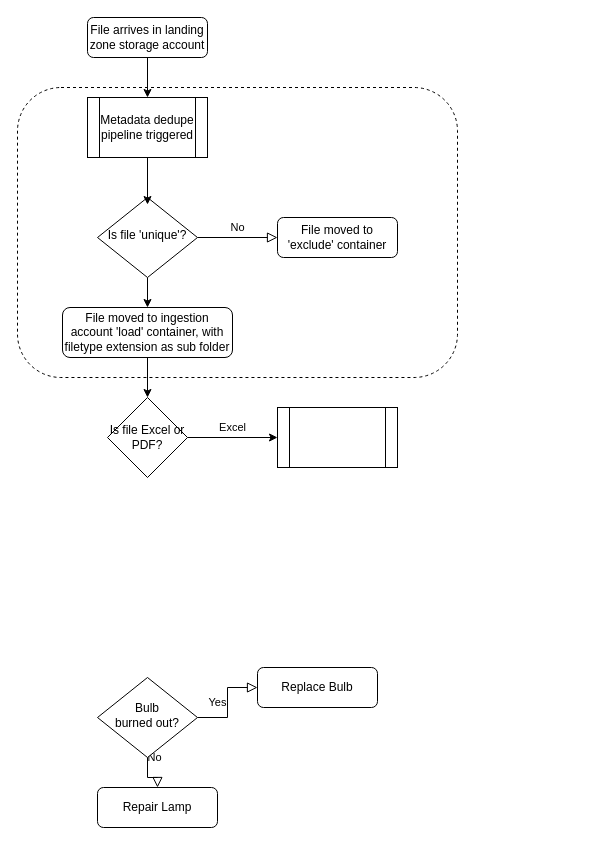
oliver-wolffe/diagrams keeps this draw.io diagram as Untitled Diagram.drawio. Above is the earlier version. Source tidied: cells renumbered, new cells numbered last; positions are measured from the earlier drawing's top-left corner, leaving out a move shared by most shapes. Both pictures are drawn from the tidied source at 100%, with x=0, y=0 at pixel (17, 17).
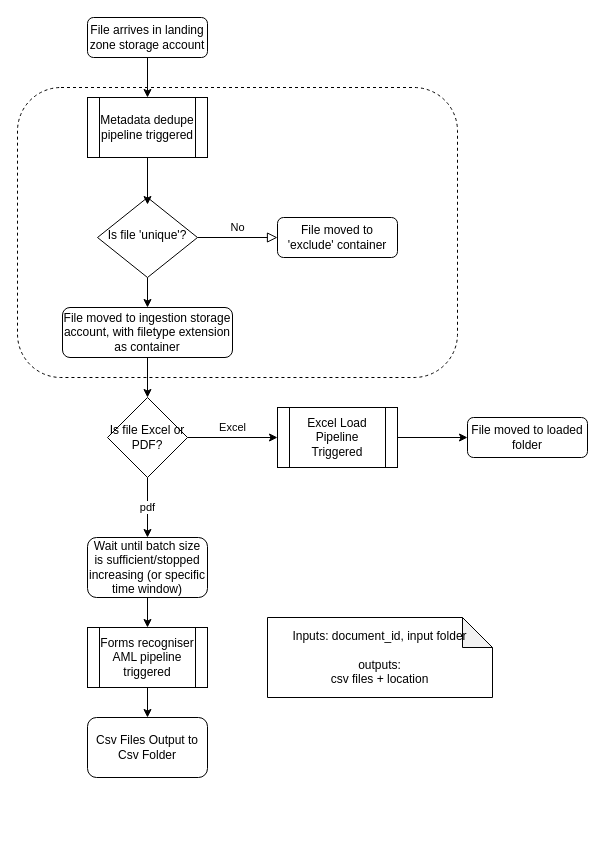
The same diagram, later.

Commit message:
First full draft

The change refers to these unchanged cells:
```xml
<mxCell id="19" value="Is file Excel or PDF?" style="rhombus;whiteSpace=wrap;html=1;" parent="1" vertex="1">
  <mxGeometry x="90" y="380" width="80" height="80" as="geometry" />
</mxCell>
```

Change to the diagram source:
```diff
@@
+    <mxCell id="20" style="rounded=1;whiteSpace=wrap;html=1;dashed=1;fillColor=none;align=right;" parent="1" vertex="1">
+      <mxGeometry y="70" width="440" height="290" as="geometry" />
+    </mxCell>
@@
-    <mxCell id="8" value="No" style="rounded=0;html=1;jettySize=auto;fontSize=11;endArrow=block;endFill=0;endSize=8;strokeWidth=1;shadow=0;labelBackgroundColor=none;edgeStyle=orthogonalEdgeStyle;" parent="1" edge="1" source="10" target="11">
-      <mxGeometry x="0.33" y="20" relative="1" as="geometry" />
-    </mxCell>
-    <mxCell id="9" value="Yes" style="edgeStyle=orthogonalEdgeStyle;rounded=0;html=1;jettySize=auto;fontSize=11;endArrow=block;endFill=0;endSize=8;strokeWidth=1;shadow=0;labelBackgroundColor=none;" parent="1" edge="1" source="10" target="12">
-      <mxGeometry y="10" relative="1" as="geometry" />
-    </mxCell>
-    <mxCell id="10" value="Bulb&lt;br&gt;burned out?" style="rhombus;whiteSpace=wrap;html=1;shadow=0;fontFamily=Helvetica;fontSize=12;align=center;strokeWidth=1;spacing=6;spacingTop=-4;" parent="1" vertex="1">
-      <mxGeometry x="80" y="660" width="100" height="80" as="geometry" />
-    </mxCell>
-    <mxCell id="11" value="Repair Lamp" style="rounded=1;whiteSpace=wrap;html=1;fontSize=12;glass=0;strokeWidth=1;shadow=0;" parent="1" vertex="1">
-      <mxGeometry x="80" y="770" width="120" height="40" as="geometry" />
-    </mxCell>
-    <mxCell id="12" value="Replace Bulb" style="rounded=1;whiteSpace=wrap;html=1;fontSize=12;glass=0;strokeWidth=1;shadow=0;" parent="1" vertex="1">
-      <mxGeometry x="240" y="650" width="120" height="40" as="geometry" />
-    </mxCell>
@@
-    <mxCell id="16" value="File moved to ingestion account 'load' container, with filetype extension as sub folder" style="rounded=1;whiteSpace=wrap;html=1;fontSize=12;glass=0;strokeWidth=1;shadow=0;" parent="1" vertex="1">
+    <mxCell id="16" value="File moved to ingestion storage account, with filetype extension as container" style="rounded=1;whiteSpace=wrap;html=1;fontSize=12;glass=0;strokeWidth=1;shadow=0;" parent="1" vertex="1">
       <mxGeometry x="45" y="290" width="170" height="50" as="geometry" />
     </mxCell>
@@
+    <mxCell id="21" style="edgeStyle=orthogonalEdgeStyle;rounded=0;jettySize=auto;html=1;entryX=0;entryY=0.5;entryDx=0;entryDy=0;" parent="1" edge="1" source="18" target="23">
+      <mxGeometry relative="1" as="geometry" />
+    </mxCell>
-    <mxCell id="18" style="shape=process;whiteSpace=wrap;html=1;backgroundOutline=1;" parent="1" vertex="1">
+    <mxCell id="18" value="Excel Load Pipeline Triggered" style="shape=process;whiteSpace=wrap;html=1;backgroundOutline=1;" parent="1" vertex="1">
       <mxGeometry x="260" y="390" width="120" height="60" as="geometry" />
     </mxCell>
+    <mxCell id="22" value="pdf" style="edgeStyle=orthogonalEdgeStyle;rounded=0;jettySize=auto;html=1;entryX=0.5;entryY=0;entryDx=0;entryDy=0;" parent="1" edge="1" source="19" target="25">
+      <mxGeometry relative="1" as="geometry" />
+    </mxCell>
@@
-    <mxCell id="20" style="rounded=1;whiteSpace=wrap;html=1;dashed=1;fillColor=none;align=right;" parent="1" vertex="1">
-      <mxGeometry y="70" width="440" height="290" as="geometry" />
-    </mxCell>
+    <mxCell id="23" value="File moved to loaded folder" style="rounded=1;whiteSpace=wrap;html=1;fontSize=12;glass=0;strokeWidth=1;shadow=0;" parent="1" vertex="1">
+      <mxGeometry x="450" y="400" width="120" height="40" as="geometry" />
+    </mxCell>
+    <mxCell id="24" style="edgeStyle=orthogonalEdgeStyle;rounded=0;jettySize=auto;html=1;" parent="1" edge="1" source="25" target="27">
+      <mxGeometry relative="1" as="geometry" />
+    </mxCell>
+    <mxCell id="25" value="Wait until batch size is sufficient/stopped increasing (or specific time window)" style="rounded=1;whiteSpace=wrap;html=1;fillColor=none;" parent="1" vertex="1">
+      <mxGeometry x="70" y="520" width="120" height="60" as="geometry" />
+    </mxCell>
+    <mxCell id="26" style="edgeStyle=orthogonalEdgeStyle;rounded=0;jettySize=auto;html=1;entryX=0.5;entryY=0;entryDx=0;entryDy=0;" parent="1" edge="1" source="27" target="28">
+      <mxGeometry relative="1" as="geometry" />
+    </mxCell>
+    <mxCell id="27" value="Forms recogniser AML pipeline triggered" style="shape=process;whiteSpace=wrap;html=1;backgroundOutline=1;" parent="1" vertex="1">
+      <mxGeometry x="70" y="610" width="120" height="60" as="geometry" />
+    </mxCell>
+    <mxCell id="28" value="Csv Files Output to Csv Folder" style="rounded=1;whiteSpace=wrap;html=1;fillColor=none;" parent="1" vertex="1">
+      <mxGeometry x="70" y="700" width="120" height="60" as="geometry" />
+    </mxCell>
+    <mxCell id="29" value="Inputs: document_id, input folder&lt;br&gt;&lt;br&gt;outputs:&lt;br&gt;csv files + location" style="shape=note;whiteSpace=wrap;html=1;backgroundOutline=1;darkOpacity=0.05;fillColor=none;" parent="1" vertex="1">
+      <mxGeometry x="250" y="600" width="225" height="80" as="geometry" />
+    </mxCell>
```
